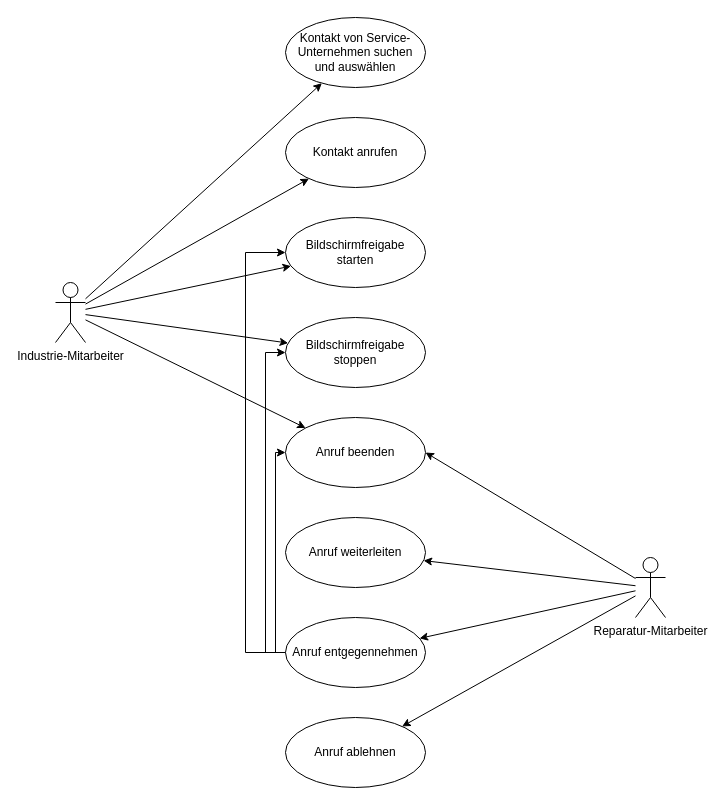
This is page "Industrieanlage reparieren" (3 of 4) of Semesterprojekt/assets/img/UML-Anwendungsfalldiagramme.drawio from WHS-SWT-P35-WiSe22-23/praktikum, a draw.io file, before an edit. Source tidied: cells renumbered, new cells numbered last; positions are measured from the earlier drawing's top-left corner, leaving out a move shared by most shapes. Both pictures are drawn from the tidied source at 100%, with x=0, y=0 at pixel (55, 17).
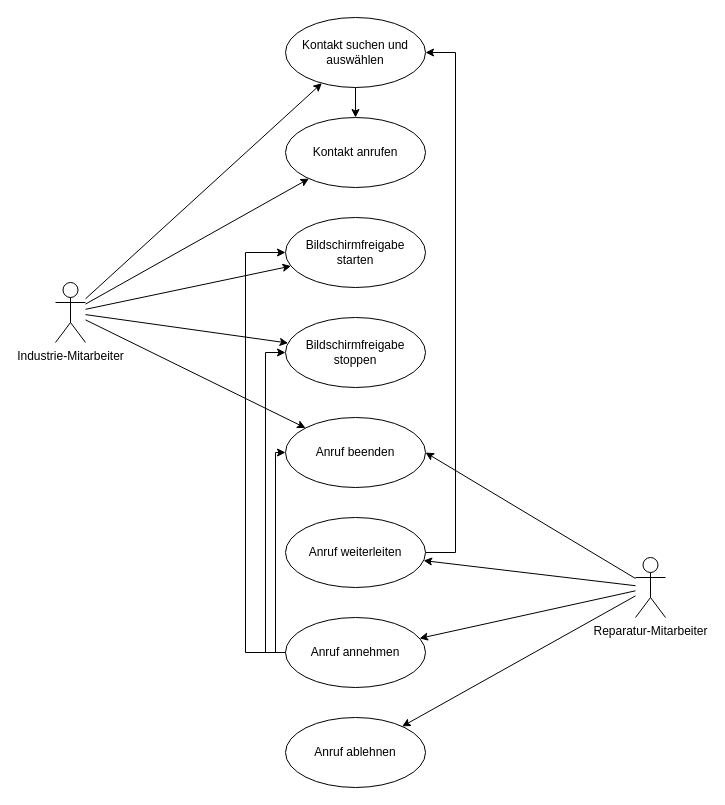
The same page after the edit.

The change refers to these unchanged cells:
```xml
<mxCell id="2" value="Anruf weiterleiten" style="ellipse;whiteSpace=wrap;html=1;" parent="1" vertex="1">
  <mxGeometry x="230" y="500" width="140" height="70" as="geometry" />
</mxCell>
<mxCell id="23" value="Kontakt anrufen" style="ellipse;whiteSpace=wrap;html=1;" parent="1" vertex="1">
  <mxGeometry x="230" y="100" width="140" height="70" as="geometry" />
</mxCell>
```

Diff of the diagram source:
```diff
@@
+    <mxCell id="24" style="edgeStyle=orthogonalEdgeStyle;rounded=0;jettySize=auto;html=1;entryX=1;entryY=0.5;entryDx=0;entryDy=0;exitX=1;exitY=0.5;exitDx=0;exitDy=0;" parent="1" edge="1" source="2" target="22">
+      <mxGeometry relative="1" as="geometry">
+        <Array as="points">
+          <mxPoint x="400" y="535" />
+          <mxPoint x="400" y="35" />
+        </Array>
+      </mxGeometry>
+    </mxCell>
@@
-    <mxCell id="6" value="Anruf entgegennehmen" style="ellipse;whiteSpace=wrap;html=1;" parent="1" vertex="1">
+    <mxCell id="6" value="Anruf annehmen" style="ellipse;whiteSpace=wrap;html=1;" parent="1" vertex="1">
       <mxGeometry x="230" y="600" width="140" height="70" as="geometry" />
     </mxCell>
@@
+    <mxCell id="25" style="edgeStyle=orthogonalEdgeStyle;rounded=0;jettySize=auto;html=1;" parent="1" edge="1" source="22" target="23">
+      <mxGeometry relative="1" as="geometry" />
+    </mxCell>
-    <mxCell id="22" value="Kontakt von Service-Unternehmen suchen und auswählen" style="ellipse;whiteSpace=wrap;html=1;" parent="1" vertex="1">
+    <mxCell id="22" value="Kontakt suchen und auswählen" style="ellipse;whiteSpace=wrap;html=1;" parent="1" vertex="1">
       <mxGeometry x="230" width="140" height="70" as="geometry" />
     </mxCell>
```
